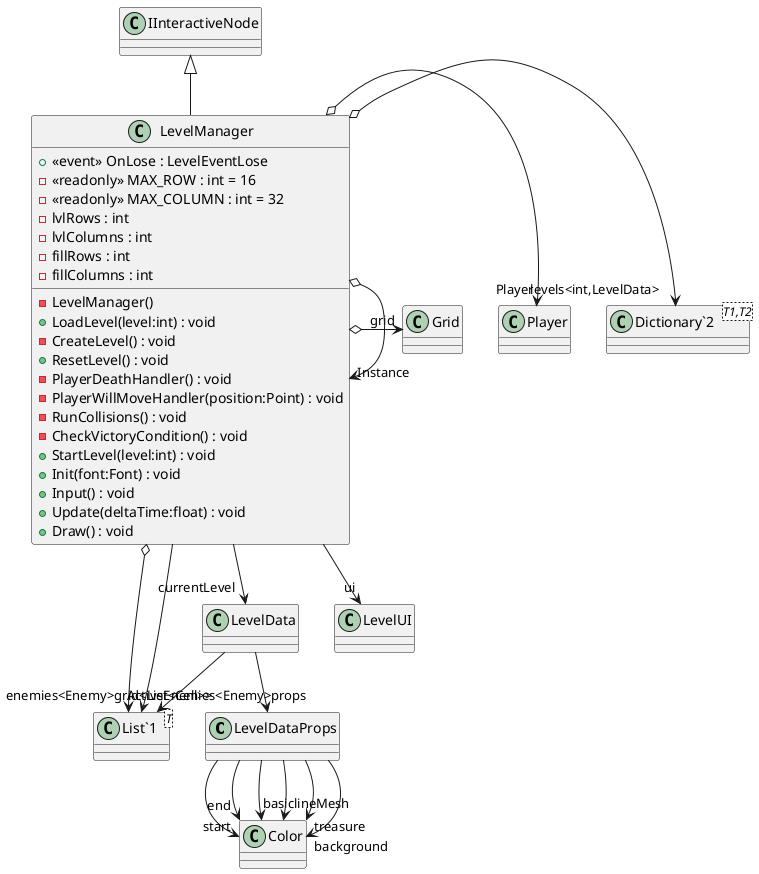
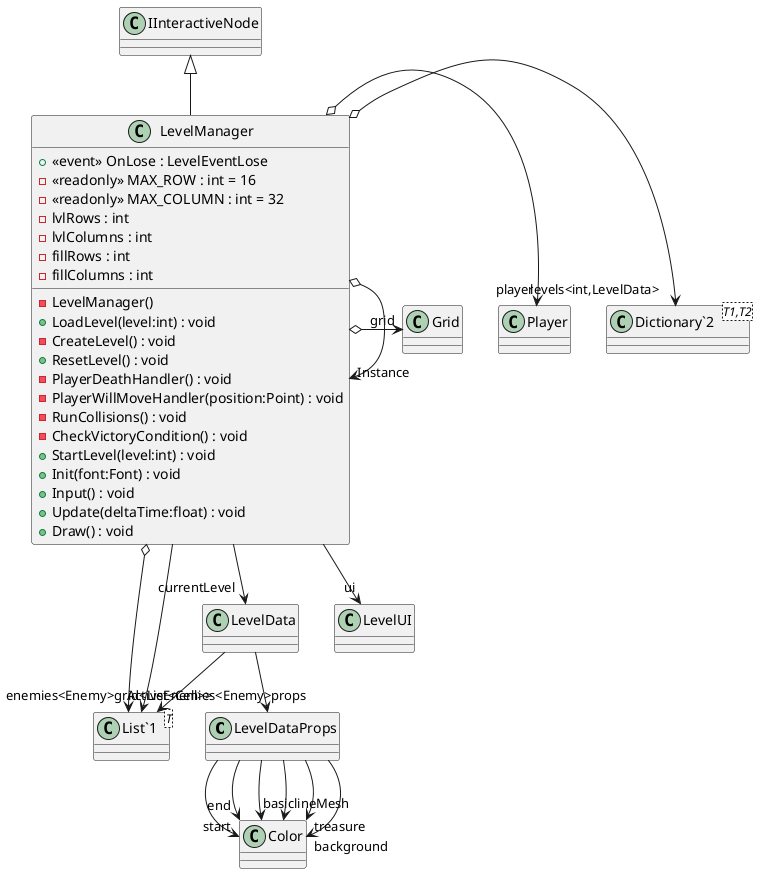
@startuml
class LevelDataProps {
}
class LevelData {
}
class LevelManager {
    +  <<event>> OnLose : LevelEventLose
    - <<readonly>> MAX_ROW : int = 16
    - <<readonly>> MAX_COLUMN : int = 32
    - lvlRows : int
    - lvlColumns : int
    - fillRows : int
    - fillColumns : int
    - LevelManager()
    + LoadLevel(level:int) : void
    - CreateLevel() : void
    + ResetLevel() : void
    - PlayerDeathHandler() : void
    - PlayerWillMoveHandler(position:Point) : void
    - RunCollisions() : void
    - CheckVictoryCondition() : void
    + StartLevel(level:int) : void
    + Init(font:Font) : void
    + Input() : void
    + Update(deltaTime:float) : void
    + Draw() : void
}
class "List`1"<T> {
}
class "Dictionary`2"<T1,T2> {
}
LevelDataProps --> "start" Color
LevelDataProps --> "end" Color
LevelDataProps --> "basic" Color
LevelDataProps --> "lineMesh" Color
LevelDataProps --> "treasure" Color
LevelDataProps --> "background" Color
LevelData --> "props" LevelDataProps
LevelData --> "grid<List<Cell>>" "List`1"
IInteractiveNode <|-- LevelManager
LevelManager o-> "levels<int,LevelData>" "Dictionary`2"
LevelManager --> "currentLevel" LevelData
- LevelManager o-> "Player" Player
+ LevelManager o-> "player" Player
LevelManager o-> "enemies<Enemy>" "List`1"
LevelManager --> "ActiveEnemies<Enemy>" "List`1"
LevelManager o-> "grid" Grid
LevelManager --> "ui" LevelUI
LevelManager o-> "Instance" LevelManager
@enduml
